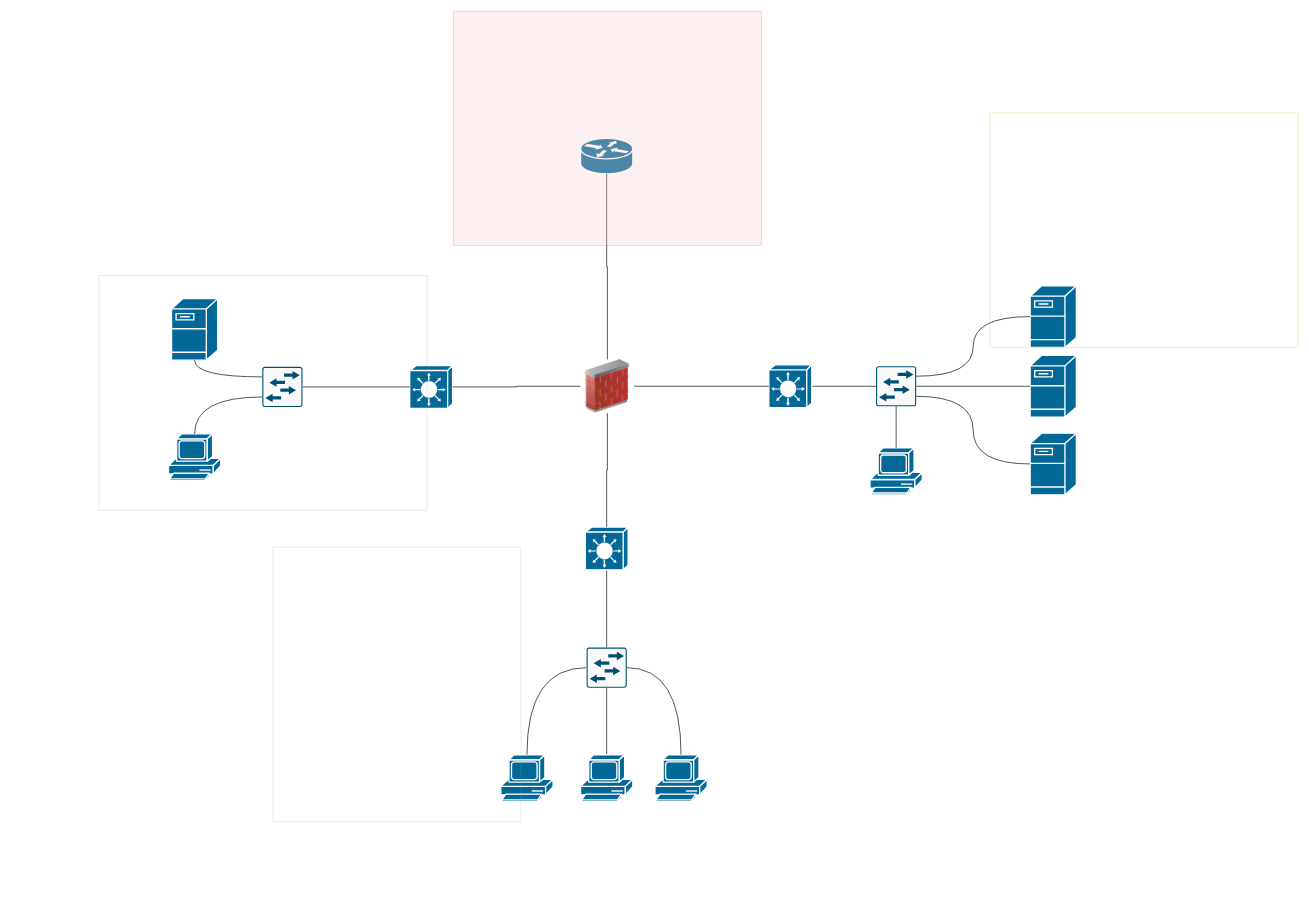
Earlier version of the draw.io diagram Architecture_homelab.drawio (egoMasa/HomeLab). Source tidied: cells renumbered, new cells numbered last; positions are measured from the earlier drawing's top-left corner, leaving out a move shared by most shapes. Both pictures are drawn from the tidied source at 67%, with x=0, y=0 at pixel (98, 11).
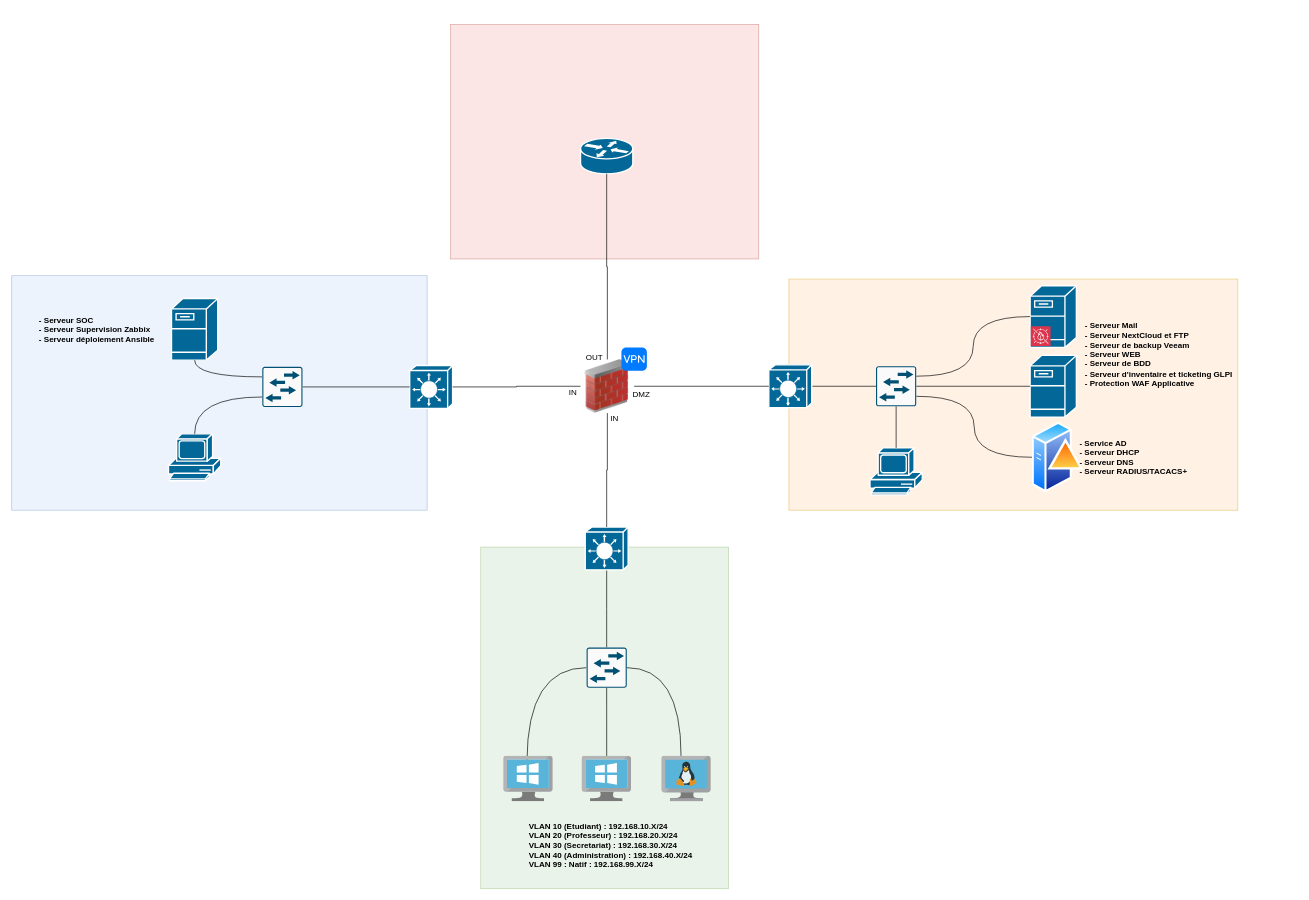
After the change.

Commit message (it also covers changes not shown here):
Mettre à jour Architecture_homelab.drawio

The change refers to these unchanged cells:
```xml
<mxCell id="30" style="sketch=0;points=[[0.015,0.015,0],[0.985,0.015,0],[0.985,0.985,0],[0.015,0.985,0],[0.25,0,0],[0.5,0,0],[0.75,0,0],[1,0.25,0],[1,0.5,0],[1,0.75,0],[0.75,1,0],[0.5,1,0],[0.25,1,0],[0,0.75,0],[0,0.5,0],[0,0.25,0]];verticalLabelPosition=bottom;html=1;verticalAlign=top;align=center;shape=mxgraph.cisco19.rect;prIcon=l2_switch;fillColor=#FAFAFA;strokeColor=#005073;" parent="1" vertex="1">
  <mxGeometry x="728" y="950" width="60" height="60" as="geometry" />
</mxCell>
<mxCell id="31" style="sketch=0;points=[[0.015,0.015,0],[0.985,0.015,0],[0.985,0.985,0],[0.015,0.985,0],[0.25,0,0],[0.5,0,0],[0.75,0,0],[1,0.25,0],[1,0.5,0],[1,0.75,0],[0.75,1,0],[0.5,1,0],[0.25,1,0],[0,0.75,0],[0,0.5,0],[0,0.25,0]];verticalLabelPosition=bottom;html=1;verticalAlign=top;align=center;shape=mxgraph.cisco19.rect;prIcon=l2_switch;fillColor=#FAFAFA;strokeColor=#005073;" parent="1" vertex="1">
  <mxGeometry x="1160" y="530" width="60" height="60" as="geometry" />
</mxCell>
```

Diff of the diagram source:
```diff
@@
-    <mxCell id="2" style="shape=mxgraph.cisco.computers_and_peripherals.pc;sketch=0;html=1;dashed=0;fillColor=#036897;strokeColor=#ffffff;strokeWidth=2;verticalLabelPosition=bottom;verticalAlign=top;align=center;outlineConnect=0;" parent="1" vertex="1">
-      <mxGeometry x="600" y="1110" width="78" height="70" as="geometry" />
-    </mxCell>
+    <mxCell id="34" style="whiteSpace=wrap;html=1;fillColor=#dae8fc;strokeColor=#6c8ebf;opacity=50;" parent="1" vertex="1">
+      <mxGeometry x="-130" y="395" width="620" height="350" as="geometry" />
+    </mxCell>
+    <mxCell id="36" style="whiteSpace=wrap;html=1;fillColor=#f8cecc;strokeColor=#b85450;opacity=50;" parent="1" vertex="1">
+      <mxGeometry x="525" y="20" width="460" height="350" as="geometry" />
+    </mxCell>
+    <mxCell id="35" style="whiteSpace=wrap;html=1;fillColor=#d5e8d4;strokeColor=#82b366;opacity=50;" parent="1" vertex="1">
+      <mxGeometry x="570" y="800" width="370" height="510" as="geometry" />
+    </mxCell>
+    <mxCell id="33" style="whiteSpace=wrap;html=1;fillColor=#ffe6cc;strokeColor=#d79b00;opacity=50;" parent="1" vertex="1">
+      <mxGeometry x="1030" y="400" width="670" height="345" as="geometry" />
+    </mxCell>
@@
-    <mxCell id="11" style="edgeStyle=orthogonalEdgeStyle;rounded=0;jettySize=auto;html=1;exitX=0.5;exitY=0;exitDx=0;exitDy=0;exitPerimeter=0;endArrow=none;endFill=0;entryX=0.5;entryY=1;entryDx=0;entryDy=0;entryPerimeter=0;" parent="1" edge="1" source="12" target="30">
+    <mxCell id="11" style="edgeStyle=orthogonalEdgeStyle;rounded=0;jettySize=auto;html=1;exitX=0.501;exitY=0.013;exitDx=0;exitDy=0;exitPerimeter=0;endArrow=none;endFill=0;entryX=0.5;entryY=1;entryDx=0;entryDy=0;entryPerimeter=0;" parent="1" edge="1" source="49" target="30">
       <mxGeometry relative="1" as="geometry" />
     </mxCell>
-    <mxCell id="12" style="shape=mxgraph.cisco.computers_and_peripherals.pc;sketch=0;html=1;dashed=0;fillColor=#036897;strokeColor=#ffffff;strokeWidth=2;verticalLabelPosition=bottom;verticalAlign=top;align=center;outlineConnect=0;" parent="1" vertex="1">
-      <mxGeometry x="719" y="1110" width="78" height="70" as="geometry" />
-    </mxCell>
-    <mxCell id="13" style="shape=mxgraph.cisco.computers_and_peripherals.pc;sketch=0;html=1;dashed=0;fillColor=#036897;strokeColor=#ffffff;strokeWidth=2;verticalLabelPosition=bottom;verticalAlign=top;align=center;outlineConnect=0;" parent="1" vertex="1">
-      <mxGeometry x="830" y="1110" width="78" height="70" as="geometry" />
-    </mxCell>
@@
-    <mxCell id="15" style="shape=mxgraph.cisco.servers.fileserver;sketch=0;html=1;dashed=0;fillColor=#036897;strokeColor=#ffffff;strokeWidth=2;verticalLabelPosition=bottom;verticalAlign=top;align=center;outlineConnect=0;" parent="1" vertex="1">
-      <mxGeometry x="1390" y="630" width="69" height="92" as="geometry" />
-    </mxCell>
@@
-    <mxCell id="23" style="edgeStyle=orthogonalEdgeStyle;rounded=0;jettySize=auto;html=1;exitX=1;exitY=0.75;exitDx=0;exitDy=0;exitPerimeter=0;entryX=0;entryY=0.5;entryDx=0;entryDy=0;entryPerimeter=0;curved=1;endArrow=none;endFill=0;" parent="1" edge="1" source="31" target="15">
+    <mxCell id="23" style="edgeStyle=orthogonalEdgeStyle;rounded=0;jettySize=auto;html=1;exitX=1;exitY=0.75;exitDx=0;exitDy=0;exitPerimeter=0;entryX=0;entryY=0.5;entryDx=0;entryDy=0;curved=1;endArrow=none;endFill=0;" parent="1" edge="1" source="31" target="45">
       <mxGeometry relative="1" as="geometry" />
     </mxCell>
@@
-    <mxCell id="26" style="edgeStyle=orthogonalEdgeStyle;rounded=0;jettySize=auto;html=1;exitX=0;exitY=0.5;exitDx=0;exitDy=0;exitPerimeter=0;entryX=0.5;entryY=0;entryDx=0;entryDy=0;entryPerimeter=0;curved=1;endArrow=none;endFill=0;" parent="1" edge="1" source="30" target="2">
-      <mxGeometry relative="1" as="geometry" />
+    <mxCell id="26" style="edgeStyle=orthogonalEdgeStyle;rounded=0;jettySize=auto;html=1;exitX=0;exitY=0.5;exitDx=0;exitDy=0;exitPerimeter=0;curved=1;endArrow=none;endFill=0;" parent="1" edge="1" source="30">
+      <mxGeometry relative="1" as="geometry">
+        <mxPoint x="639" y="1120" as="targetPoint" />
+      </mxGeometry>
     </mxCell>
-    <mxCell id="27" style="edgeStyle=orthogonalEdgeStyle;rounded=0;jettySize=auto;html=1;exitX=0.5;exitY=0;exitDx=0;exitDy=0;exitPerimeter=0;entryX=1;entryY=0.5;entryDx=0;entryDy=0;entryPerimeter=0;curved=1;endArrow=none;endFill=0;" parent="1" edge="1" source="13" target="30">
+    <mxCell id="27" style="edgeStyle=orthogonalEdgeStyle;rounded=0;jettySize=auto;html=1;entryX=1;entryY=0.5;entryDx=0;entryDy=0;entryPerimeter=0;curved=1;endArrow=none;endFill=0;" parent="1" edge="1" source="50" target="30">
       <mxGeometry relative="1" as="geometry">
         <Array as="points">
           <mxPoint x="869" y="980" />
         </Array>
       </mxGeometry>
     </mxCell>
@@
-    <mxCell id="33" style="whiteSpace=wrap;html=1;fillColor=none;strokeColor=#d79b00;opacity=30;" parent="1" vertex="1">
-      <mxGeometry x="1330" y="152" width="460" height="350" as="geometry" />
-    </mxCell>
-    <mxCell id="34" style="whiteSpace=wrap;html=1;fillColor=none;strokeColor=#6c8ebf;opacity=30;" parent="1" vertex="1">
-      <mxGeometry y="395" width="490" height="350" as="geometry" />
-    </mxCell>
-    <mxCell id="35" style="whiteSpace=wrap;html=1;fillColor=none;strokeColor=#82b366;opacity=30;" parent="1" vertex="1">
-      <mxGeometry x="260" y="800" width="370" height="410" as="geometry" />
-    </mxCell>
-    <mxCell id="36" style="whiteSpace=wrap;html=1;fillColor=#f8cecc;strokeColor=#b85450;opacity=30;" parent="1" vertex="1">
-      <mxGeometry x="529" width="460" height="350" as="geometry" />
-    </mxCell>
@@
+    <mxCell id="39" value="DMZ" style="text;strokeColor=none;align=center;fillColor=none;html=1;verticalAlign=middle;whiteSpace=wrap;rounded=0;" parent="1" vertex="1">
+      <mxGeometry x="780" y="557.5" width="60" height="30" as="geometry" />
+    </mxCell>
+    <mxCell id="40" value="IN" style="text;strokeColor=none;align=center;fillColor=none;html=1;verticalAlign=middle;whiteSpace=wrap;rounded=0;" parent="1" vertex="1">
+      <mxGeometry x="740" y="593" width="60" height="30" as="geometry" />
+    </mxCell>
+    <mxCell id="41" value="IN" style="text;strokeColor=none;align=center;fillColor=none;html=1;verticalAlign=middle;whiteSpace=wrap;rounded=0;" parent="1" vertex="1">
+      <mxGeometry x="678" y="555" width="60" height="30" as="geometry" />
+    </mxCell>
+    <mxCell id="42" value="OUT" style="text;strokeColor=none;align=center;fillColor=none;html=1;verticalAlign=middle;whiteSpace=wrap;rounded=0;" parent="1" vertex="1">
+      <mxGeometry x="710" y="502" width="60" height="30" as="geometry" />
+    </mxCell>
+    <mxCell id="43" value="&lt;p style=&quot;margin: 0px;&quot;&gt;&lt;b&gt;- Serveur Mail&lt;/b&gt;&lt;/p&gt;&lt;p style=&quot;margin: 0px;&quot;&gt;&lt;b&gt;- Serveur NextCloud et FTP&lt;/b&gt;&lt;/p&gt;&lt;p style=&quot;margin: 0px;&quot;&gt;&lt;b&gt;- Serveur de backup Veeam&lt;/b&gt;&lt;/p&gt;&lt;p style=&quot;margin: 0px;&quot;&gt;&lt;b&gt;- Serveur WEB&lt;/b&gt;&lt;/p&gt;&lt;p style=&quot;margin: 0px;&quot;&gt;&lt;b&gt;- Serveur de BDD&lt;/b&gt;&lt;/p&gt;&lt;p style=&quot;margin: 0px;&quot;&gt;&lt;b&gt;- Serveur d'inventaire et ticketing GLPI&lt;/b&gt;&lt;/p&gt;&lt;p style=&quot;margin: 0px;&quot;&gt;&lt;b&gt;- Protection WAF Applicative&lt;/b&gt;&lt;/p&gt;&lt;b&gt;&lt;br&gt;&lt;/b&gt;&lt;p style=&quot;margin: 0px;&quot;&gt;&lt;br&gt;&lt;/p&gt;" style="text;strokeColor=none;align=left;fillColor=none;html=1;verticalAlign=middle;whiteSpace=wrap;rounded=0;" parent="1" vertex="1">
+      <mxGeometry x="1470" y="461.5" width="230" height="131.5" as="geometry" />
+    </mxCell>
+    <mxCell id="44" value="&lt;b&gt;VLAN 10 (Etudiant) : 192.168.10.X/24&lt;/b&gt;&lt;div&gt;&lt;b&gt;VLAN 20 (Professeur)&amp;nbsp;&lt;/b&gt;&lt;b style=&quot;background-color: initial;&quot;&gt;: 192.168.20.X/24&lt;/b&gt;&lt;/div&gt;&lt;div&gt;&lt;b&gt;VLAN 30 (Secretariat)&amp;nbsp;&lt;/b&gt;&lt;b style=&quot;background-color: initial;&quot;&gt;: 192.168.30.X/24&lt;/b&gt;&lt;/div&gt;&lt;div&gt;&lt;b&gt;VLAN 40 (Administration)&amp;nbsp;&lt;/b&gt;&lt;b style=&quot;background-color: initial;&quot;&gt;: 192.168.40.X/24&lt;/b&gt;&lt;/div&gt;&lt;div&gt;&lt;b&gt;VLAN 99 : Natif&amp;nbsp;&lt;/b&gt;&lt;b style=&quot;background-color: initial;&quot;&gt;: 192.168.99.X/24&lt;/b&gt;&lt;/div&gt;" style="text;strokeColor=none;align=left;fillColor=none;html=1;verticalAlign=middle;whiteSpace=wrap;rounded=0;" parent="1" vertex="1">
+      <mxGeometry x="640" y="1200" width="260" height="90" as="geometry" />
+    </mxCell>
+    <mxCell id="45" style="image;perimeter=ellipsePerimeter;html=1;align=center;shadow=0;dashed=0;spacingTop=3;image=img/lib/active_directory/domain_controller.svg;" parent="1" vertex="1">
+      <mxGeometry x="1393" y="611" width="77" height="110" as="geometry" />
+    </mxCell>
+    <mxCell id="46" value="&lt;p style=&quot;text-align: left; margin: 0px;&quot;&gt;&lt;b&gt;- Service AD&lt;/b&gt;&lt;b&gt;&lt;/b&gt;&lt;/p&gt;&lt;p style=&quot;text-align: left; margin: 0px;&quot;&gt;&lt;b&gt;- Serveur DHCP&lt;/b&gt;&lt;/p&gt;&lt;p style=&quot;text-align: left; margin: 0px;&quot;&gt;&lt;b&gt;- Serveur DNS&lt;/b&gt;&lt;/p&gt;&lt;p style=&quot;text-align: left; margin: 0px;&quot;&gt;&lt;b&gt;- Serveur RADIUS/TACACS+&lt;/b&gt;&lt;/p&gt;" style="text;strokeColor=none;align=center;fillColor=none;html=1;verticalAlign=middle;whiteSpace=wrap;rounded=0;" parent="1" vertex="1">
+      <mxGeometry x="1459" y="631" width="171" height="70" as="geometry" />
+    </mxCell>
+    <mxCell id="47" value="- Serveur SOC&lt;div&gt;- Serveur Supervision Zabbix&lt;/div&gt;&lt;div&gt;- Serveur déploiement Ansible&lt;/div&gt;" style="text;strokeColor=none;align=left;fillColor=none;html=1;verticalAlign=middle;whiteSpace=wrap;rounded=0;fontStyle=1;" parent="1" vertex="1">
+      <mxGeometry x="-91.5" y="431" width="200" height="90" as="geometry" />
+    </mxCell>
+    <mxCell id="48" style="image;sketch=0;html=1;align=center;fontSize=12;image=img/lib/mscae/VirtualMachineWindows.svg;" parent="1" vertex="1">
+      <mxGeometry x="604.1" y="1112" width="73.9" height="68" as="geometry" />
+    </mxCell>
+    <mxCell id="49" style="image;sketch=0;html=1;points=[];align=center;fontSize=12;image=img/lib/mscae/VirtualMachineWindows.svg;" parent="1" vertex="1">
+      <mxGeometry x="721" y="1112" width="73.9" height="68" as="geometry" />
+    </mxCell>
+    <mxCell id="50" style="image;sketch=0;html=1;points=[];align=center;fontSize=12;image=img/lib/mscae/VM_Linux.svg;" parent="1" vertex="1">
+      <mxGeometry x="840" y="1112" width="73.9" height="68" as="geometry" />
+    </mxCell>
+    <mxCell id="51" style="html=1;strokeWidth=1;shadow=0;dashed=0;shape=mxgraph.ios7.misc.vpn;fillColor=#007AFF;strokeColor=none;buttonText=;strokeColor2=#222222;fontColor=#222222;fontSize=8;verticalLabelPosition=bottom;verticalAlign=top;align=center;sketch=0;" parent="1" vertex="1">
+      <mxGeometry x="780" y="502" width="38" height="35" as="geometry" />
+    </mxCell>
+    <mxCell id="52" style="sketch=0;fontColor=#232F3E;fillColor=#DD344C;strokeColor=#ffffff;dashed=0;verticalLabelPosition=bottom;verticalAlign=top;align=center;html=1;fontSize=12;fontStyle=0;shape=mxgraph.aws4.resourceIcon;resIcon=mxgraph.aws4.waf;" parent="1" vertex="1">
+      <mxGeometry x="1391" y="470.5" width="29.5" height="29.5" as="geometry" />
+    </mxCell>
```
